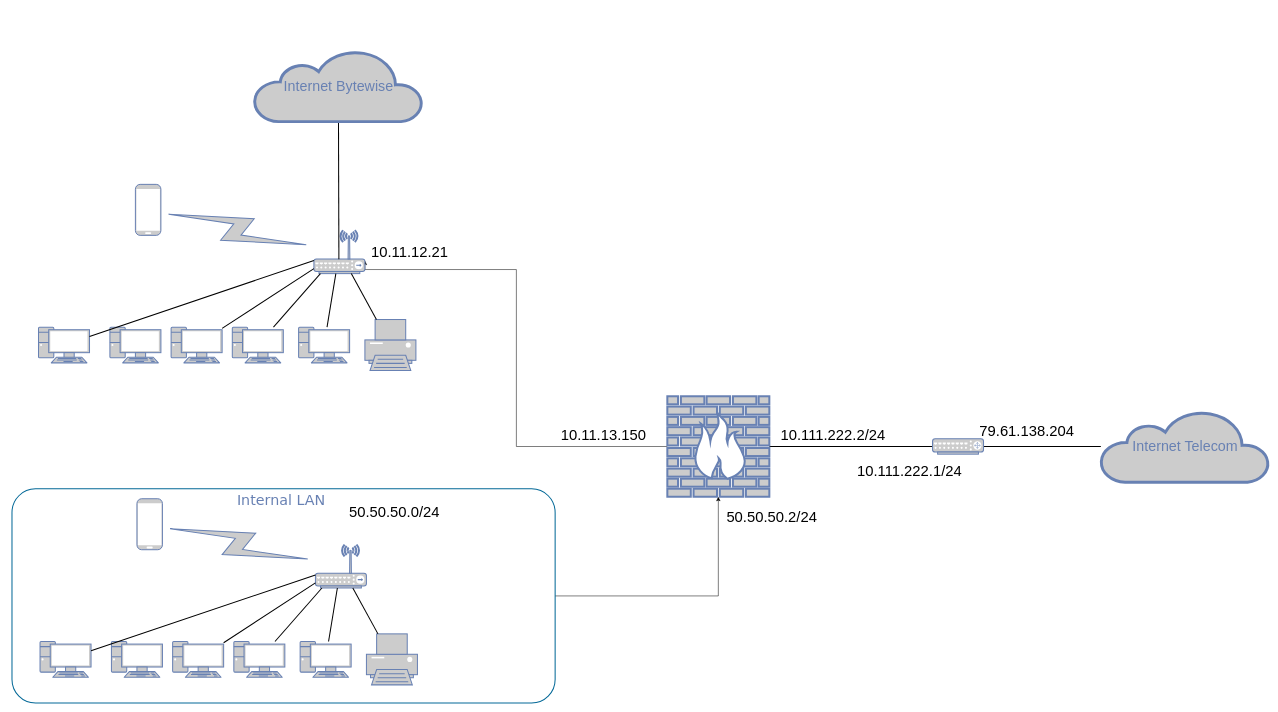
The draw.io diagram NetworkDiagram.drawio in filippovisconti/tirocinio, before the edit. Source tidied: cells renumbered, new cells numbered last; positions are measured from the earlier drawing's top-left corner, leaving out a move shared by most shapes. Both pictures are drawn from the tidied source at 51%, with x=0, y=0 at pixel (12, 50).
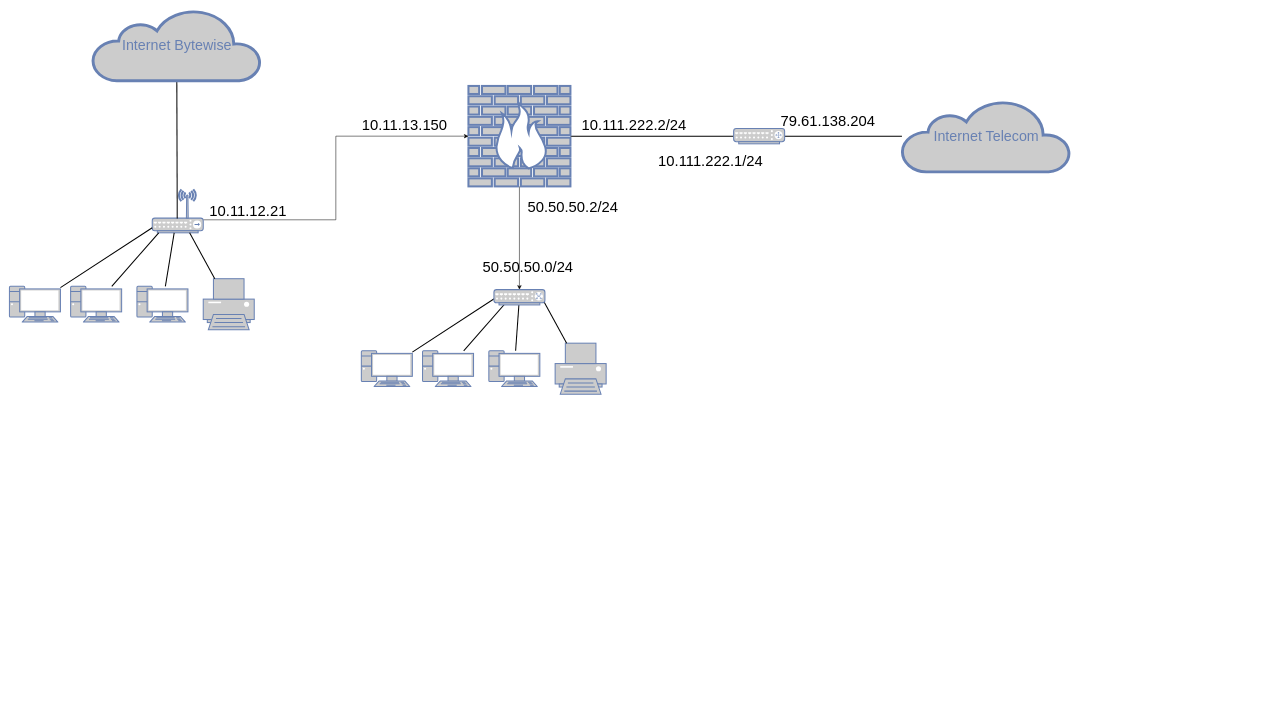
The same page after the edit.

What changed in the source:
```diff
@@
-    <mxCell id="2" style="edgeStyle=orthogonalEdgeStyle;rounded=0;jettySize=auto;html=1;exitX=1;exitY=0.5;exitDx=0;exitDy=0;entryX=0.5;entryY=1;entryDx=0;entryDy=0;entryPerimeter=0;" parent="1" edge="1" source="3" target="6">
-      <mxGeometry relative="1" as="geometry" />
-    </mxCell>
-    <mxCell id="3" value="Internal LAN&amp;nbsp;" style="rounded=1;whiteSpace=wrap;html=1;shadow=0;comic=0;strokeColor=#036897;strokeWidth=2;fillColor=none;fontFamily=Verdana;fontSize=28;fontColor=#6881B3;align=center;arcSize=11;verticalAlign=top;" parent="1" vertex="1">
-      <mxGeometry y="860" width="1065" height="420" as="geometry" />
-    </mxCell>
@@
-    <mxCell id="5" style="edgeStyle=orthogonalEdgeStyle;rounded=0;jettySize=auto;html=1;entryX=1;entryY=0.7;entryDx=0;entryDy=0;entryPerimeter=0;fontSize=29;" parent="1" edge="1" source="6" target="13">
-      <mxGeometry relative="1" as="geometry">
-        <Array as="points">
-          <mxPoint x="989" y="777" />
-          <mxPoint x="989" y="430" />
-          <mxPoint x="692" y="430" />
-        </Array>
-      </mxGeometry>
-    </mxCell>
+    <mxCell id="47" style="edgeStyle=orthogonalEdgeStyle;rounded=0;jettySize=auto;html=1;entryX=0.5;entryY=0;entryDx=0;entryDy=0;entryPerimeter=0;" parent="1" edge="1" source="6" target="49">
+      <mxGeometry relative="1" as="geometry" />
+    </mxCell>
     <mxCell id="6" style="fontColor=#0066CC;verticalAlign=top;verticalLabelPosition=bottom;labelPosition=center;align=center;html=1;fillColor=#CCCCCC;strokeColor=#6881B3;gradientColor=none;gradientDirection=north;strokeWidth=2;shape=mxgraph.networks.firewall;rounded=0;shadow=0;comic=0;" parent="1" vertex="1">
-      <mxGeometry x="1285" y="678.5" width="200" height="197" as="geometry" />
+      <mxGeometry x="895" y="70" width="200" height="197" as="geometry" />
     </mxCell>
-    <mxCell id="7" style="fontColor=#0066CC;verticalAlign=top;verticalLabelPosition=bottom;labelPosition=center;align=center;html=1;fillColor=#CCCCCC;strokeColor=#6881B3;gradientColor=none;gradientDirection=north;strokeWidth=2;shape=mxgraph.networks.pc;rounded=0;shadow=0;comic=0;" parent="1" vertex="1">
-      <mxGeometry x="52" y="543" width="100" height="70" as="geometry" />
-    </mxCell>
-    <mxCell id="8" style="fontColor=#0066CC;verticalAlign=top;verticalLabelPosition=bottom;labelPosition=center;align=center;html=1;fillColor=#CCCCCC;strokeColor=#6881B3;gradientColor=none;gradientDirection=north;strokeWidth=2;shape=mxgraph.networks.pc;rounded=0;shadow=0;comic=0;" parent="1" vertex="1">
-      <mxGeometry x="192" y="543" width="100" height="70" as="geometry" />
-    </mxCell>
     <mxCell id="9" style="fontColor=#0066CC;verticalAlign=top;verticalLabelPosition=bottom;labelPosition=center;align=center;html=1;fillColor=#CCCCCC;strokeColor=#6881B3;gradientColor=none;gradientDirection=north;strokeWidth=2;shape=mxgraph.networks.pc;rounded=0;shadow=0;comic=0;" parent="1" vertex="1">
-      <mxGeometry x="312" y="543" width="100" height="70" as="geometry" />
+      <mxGeometry x="-5" y="463" width="100" height="70" as="geometry" />
     </mxCell>
     <mxCell id="10" style="fontColor=#0066CC;verticalAlign=top;verticalLabelPosition=bottom;labelPosition=center;align=center;html=1;fillColor=#CCCCCC;strokeColor=#6881B3;gradientColor=none;gradientDirection=north;strokeWidth=2;shape=mxgraph.networks.pc;rounded=0;shadow=0;comic=0;" parent="1" vertex="1">
-      <mxGeometry x="432" y="543" width="100" height="70" as="geometry" />
+      <mxGeometry x="115" y="463" width="100" height="70" as="geometry" />
     </mxCell>
     <mxCell id="11" style="fontColor=#0066CC;verticalAlign=top;verticalLabelPosition=bottom;labelPosition=center;align=center;html=1;fillColor=#CCCCCC;strokeColor=#6881B3;gradientColor=none;gradientDirection=north;strokeWidth=2;shape=mxgraph.networks.pc;rounded=0;shadow=0;comic=0;" parent="1" vertex="1">
-      <mxGeometry x="562" y="543" width="100" height="70" as="geometry" />
+      <mxGeometry x="245" y="463" width="100" height="70" as="geometry" />
     </mxCell>
     <mxCell id="12" style="fontColor=#0066CC;verticalAlign=top;verticalLabelPosition=bottom;labelPosition=center;align=center;html=1;fillColor=#CCCCCC;strokeColor=#6881B3;gradientColor=none;gradientDirection=north;strokeWidth=2;shape=mxgraph.networks.printer;rounded=0;shadow=0;comic=0;" parent="1" vertex="1">
-      <mxGeometry x="692" y="528" width="100" height="100" as="geometry" />
+      <mxGeometry x="375" y="448" width="100" height="100" as="geometry" />
     </mxCell>
+    <mxCell id="48" style="edgeStyle=orthogonalEdgeStyle;rounded=0;jettySize=auto;html=1;exitX=1;exitY=0.7;exitDx=0;exitDy=0;exitPerimeter=0;entryX=0;entryY=0.5;entryDx=0;entryDy=0;entryPerimeter=0;" parent="1" edge="1" source="13" target="6">
+      <mxGeometry relative="1" as="geometry" />
+    </mxCell>
     <mxCell id="13" style="fontColor=#0066CC;verticalAlign=top;verticalLabelPosition=bottom;labelPosition=center;align=center;html=1;fillColor=#CCCCCC;strokeColor=#6881B3;gradientColor=none;gradientDirection=north;strokeWidth=2;shape=mxgraph.networks.wireless_hub;rounded=0;shadow=0;comic=0;" parent="1" vertex="1">
-      <mxGeometry x="592" y="353" width="100" height="85" as="geometry" />
+      <mxGeometry x="275" y="273" width="100" height="85" as="geometry" />
     </mxCell>
-    <mxCell id="14" style="edgeStyle=none;html=1;labelBackgroundColor=none;endArrow=none;endFill=0;strokeWidth=2;fontFamily=Verdana;fontSize=15;fontColor=#036897;" parent="1" edge="1" source="7" target="13">
-      <mxGeometry relative="1" as="geometry" />
-    </mxCell>
@@
-    <mxCell id="19" style="html=1;fillColor=#CCCCCC;strokeColor=#6881B3;gradientColor=none;gradientDirection=north;strokeWidth=2;shape=mxgraph.networks.comm_link_edge;html=1;labelBackgroundColor=none;endArrow=none;endFill=0;fontFamily=Verdana;fontSize=20;" parent="1" edge="1" source="13" target="20">
-      <mxGeometry relative="1" as="geometry" />
-    </mxCell>
-    <mxCell id="20" style="fontColor=#0066CC;verticalAlign=top;verticalLabelPosition=bottom;labelPosition=center;align=center;html=1;fillColor=#CCCCCC;strokeColor=#6881B3;gradientColor=none;gradientDirection=north;strokeWidth=2;shape=mxgraph.networks.mobile;rounded=0;shadow=0;comic=0;" parent="1" vertex="1">
-      <mxGeometry x="242" y="263" width="50" height="100" as="geometry" />
-    </mxCell>
-    <mxCell id="21" style="fontColor=#0066CC;verticalAlign=top;verticalLabelPosition=bottom;labelPosition=center;align=center;html=1;fillColor=#CCCCCC;strokeColor=#6881B3;gradientColor=none;gradientDirection=north;strokeWidth=2;shape=mxgraph.networks.pc;rounded=0;shadow=0;comic=0;" parent="1" vertex="1">
-      <mxGeometry x="55" y="1159.4" width="100" height="70" as="geometry" />
-    </mxCell>
-    <mxCell id="22" style="fontColor=#0066CC;verticalAlign=top;verticalLabelPosition=bottom;labelPosition=center;align=center;html=1;fillColor=#CCCCCC;strokeColor=#6881B3;gradientColor=none;gradientDirection=north;strokeWidth=2;shape=mxgraph.networks.pc;rounded=0;shadow=0;comic=0;" parent="1" vertex="1">
-      <mxGeometry x="195" y="1159.4" width="100" height="70" as="geometry" />
-    </mxCell>
     <mxCell id="23" style="fontColor=#0066CC;verticalAlign=top;verticalLabelPosition=bottom;labelPosition=center;align=center;html=1;fillColor=#CCCCCC;strokeColor=#6881B3;gradientColor=none;gradientDirection=north;strokeWidth=2;shape=mxgraph.networks.pc;rounded=0;shadow=0;comic=0;" parent="1" vertex="1">
-      <mxGeometry x="315" y="1159.4" width="100" height="70" as="geometry" />
+      <mxGeometry x="685" y="589.4" width="100" height="70" as="geometry" />
     </mxCell>
     <mxCell id="24" style="fontColor=#0066CC;verticalAlign=top;verticalLabelPosition=bottom;labelPosition=center;align=center;html=1;fillColor=#CCCCCC;strokeColor=#6881B3;gradientColor=none;gradientDirection=north;strokeWidth=2;shape=mxgraph.networks.pc;rounded=0;shadow=0;comic=0;" parent="1" vertex="1">
-      <mxGeometry x="435" y="1159.4" width="100" height="70" as="geometry" />
+      <mxGeometry x="805" y="589.4" width="100" height="70" as="geometry" />
     </mxCell>
     <mxCell id="25" style="fontColor=#0066CC;verticalAlign=top;verticalLabelPosition=bottom;labelPosition=center;align=center;html=1;fillColor=#CCCCCC;strokeColor=#6881B3;gradientColor=none;gradientDirection=north;strokeWidth=2;shape=mxgraph.networks.pc;rounded=0;shadow=0;comic=0;" parent="1" vertex="1">
-      <mxGeometry x="565" y="1159.4" width="100" height="70" as="geometry" />
+      <mxGeometry x="935" y="589.4" width="100" height="70" as="geometry" />
     </mxCell>
     <mxCell id="26" style="fontColor=#0066CC;verticalAlign=top;verticalLabelPosition=bottom;labelPosition=center;align=center;html=1;fillColor=#CCCCCC;strokeColor=#6881B3;gradientColor=none;gradientDirection=north;strokeWidth=2;shape=mxgraph.networks.printer;rounded=0;shadow=0;comic=0;" parent="1" vertex="1">
-      <mxGeometry x="695" y="1144.4" width="100" height="100" as="geometry" />
+      <mxGeometry x="1065" y="574.4" width="100" height="100" as="geometry" />
     </mxCell>
-    <mxCell id="27" style="fontColor=#0066CC;verticalAlign=top;verticalLabelPosition=bottom;labelPosition=center;align=center;html=1;fillColor=#CCCCCC;strokeColor=#6881B3;gradientColor=none;gradientDirection=north;strokeWidth=2;shape=mxgraph.networks.wireless_hub;rounded=0;shadow=0;comic=0;" parent="1" vertex="1">
-      <mxGeometry x="595" y="969.4" width="100" height="85" as="geometry" />
-    </mxCell>
-    <mxCell id="28" style="edgeStyle=none;html=1;labelBackgroundColor=none;endArrow=none;endFill=0;strokeWidth=2;fontFamily=Verdana;fontSize=15;fontColor=#036897;" parent="1" edge="1" source="21" target="27">
-      <mxGeometry relative="1" as="geometry" />
-    </mxCell>
-    <mxCell id="29" style="edgeStyle=none;html=1;labelBackgroundColor=none;endArrow=none;endFill=0;strokeWidth=2;fontFamily=Verdana;fontSize=15;fontColor=#036897;" parent="1" edge="1" source="23" target="27">
-      <mxGeometry relative="1" as="geometry" />
+    <mxCell id="29" style="edgeStyle=none;html=1;labelBackgroundColor=none;endArrow=none;endFill=0;strokeWidth=2;fontFamily=Verdana;fontSize=15;fontColor=#036897;" parent="1" edge="1" source="23">
+      <mxGeometry relative="1" as="geometry">
+        <mxPoint x="965" y="474.5" as="targetPoint" />
+      </mxGeometry>
     </mxCell>
-    <mxCell id="30" style="edgeStyle=none;html=1;labelBackgroundColor=none;endArrow=none;endFill=0;strokeWidth=2;fontFamily=Verdana;fontSize=15;fontColor=#036897;" parent="1" edge="1" source="24" target="27">
-      <mxGeometry relative="1" as="geometry" />
+    <mxCell id="30" style="edgeStyle=none;html=1;labelBackgroundColor=none;endArrow=none;endFill=0;strokeWidth=2;fontFamily=Verdana;fontSize=15;fontColor=#036897;" parent="1" edge="1" source="24">
+      <mxGeometry relative="1" as="geometry">
+        <mxPoint x="977.7" y="484.4" as="targetPoint" />
+      </mxGeometry>
     </mxCell>
-    <mxCell id="31" style="edgeStyle=none;html=1;labelBackgroundColor=none;endArrow=none;endFill=0;strokeWidth=2;fontFamily=Verdana;fontSize=15;fontColor=#036897;" parent="1" edge="1" source="25" target="27">
+    <mxCell id="31" style="edgeStyle=none;html=1;labelBackgroundColor=none;endArrow=none;endFill=0;strokeWidth=2;fontFamily=Verdana;fontSize=15;fontColor=#036897;" parent="1" edge="1" source="25" target="49">
       <mxGeometry relative="1" as="geometry" />
     </mxCell>
-    <mxCell id="32" style="edgeStyle=none;html=1;labelBackgroundColor=none;endArrow=none;endFill=0;strokeWidth=2;fontFamily=Verdana;fontSize=15;fontColor=#036897;" parent="1" edge="1" source="26" target="27">
-      <mxGeometry relative="1" as="geometry" />
+    <mxCell id="32" style="edgeStyle=none;html=1;labelBackgroundColor=none;endArrow=none;endFill=0;strokeWidth=2;fontFamily=Verdana;fontSize=15;fontColor=#036897;" parent="1" edge="1" source="26">
+      <mxGeometry relative="1" as="geometry">
+        <mxPoint x="1038.3" y="484.4" as="targetPoint" />
+      </mxGeometry>
     </mxCell>
-    <mxCell id="33" style="html=1;fillColor=#CCCCCC;strokeColor=#6881B3;gradientColor=none;gradientDirection=north;strokeWidth=2;shape=mxgraph.networks.comm_link_edge;html=1;labelBackgroundColor=none;endArrow=none;endFill=0;fontFamily=Verdana;fontSize=20;" parent="1" edge="1" source="27" target="34">
-      <mxGeometry relative="1" as="geometry" />
-    </mxCell>
-    <mxCell id="34" style="fontColor=#0066CC;verticalAlign=top;verticalLabelPosition=bottom;labelPosition=center;align=center;html=1;fillColor=#CCCCCC;strokeColor=#6881B3;gradientColor=none;gradientDirection=north;strokeWidth=2;shape=mxgraph.networks.mobile;rounded=0;shadow=0;comic=0;" parent="1" vertex="1">
-      <mxGeometry x="245" y="879.4" width="50" height="100" as="geometry" />
-    </mxCell>
     <mxCell id="35" value="Internet Telecom" style="html=1;fillColor=#CCCCCC;strokeColor=#6881B3;gradientColor=none;gradientDirection=north;strokeWidth=2;shape=mxgraph.networks.cloud;fontColor=#6881B3;rounded=0;shadow=0;comic=0;align=center;fontSize=28;" parent="1" vertex="1">
-      <mxGeometry x="2135" y="707" width="330" height="140" as="geometry" />
+      <mxGeometry x="1745" y="98.5" width="330" height="140" as="geometry" />
     </mxCell>
@@
     <mxCell id="38" style="fontColor=#0066CC;verticalAlign=top;verticalLabelPosition=bottom;labelPosition=center;align=center;html=1;fillColor=#CCCCCC;strokeColor=#6881B3;gradientColor=none;gradientDirection=north;strokeWidth=2;shape=mxgraph.networks.router;rounded=0;shadow=0;comic=0;" parent="1" vertex="1">
-      <mxGeometry x="1805" y="762" width="100" height="30" as="geometry" />
+      <mxGeometry x="1415" y="153.5" width="100" height="30" as="geometry" />
     </mxCell>
     <mxCell id="39" value="Internet Bytewise" style="html=1;fillColor=#CCCCCC;strokeColor=#6881B3;gradientColor=none;gradientDirection=north;strokeWidth=2;shape=mxgraph.networks.cloud;fontColor=#6881B3;rounded=0;shadow=0;comic=0;align=center;fontSize=28;" parent="1" vertex="1">
-      <mxGeometry x="475" width="330" height="140" as="geometry" />
+      <mxGeometry x="158" y="-80" width="330" height="140" as="geometry" />
     </mxCell>
     <mxCell id="40" value="&lt;font style=&quot;font-size: 29px&quot;&gt;79.61.138.204&lt;/font&gt;" style="text;html=1;strokeColor=none;fillColor=none;align=center;verticalAlign=middle;whiteSpace=wrap;rounded=0;" parent="1" vertex="1">
-      <mxGeometry x="1865" y="732" width="250" height="30" as="geometry" />
+      <mxGeometry x="1475" y="123.5" width="250" height="30" as="geometry" />
     </mxCell>
     <mxCell id="41" value="&lt;font style=&quot;font-size: 29px&quot;&gt;10.111.222.2/24&lt;/font&gt;" style="text;html=1;strokeColor=none;fillColor=none;align=center;verticalAlign=middle;whiteSpace=wrap;rounded=0;" parent="1" vertex="1">
-      <mxGeometry x="1485" y="740" width="250" height="30" as="geometry" />
+      <mxGeometry x="1095" y="131.5" width="250" height="30" as="geometry" />
     </mxCell>
     <mxCell id="42" value="&lt;font style=&quot;font-size: 29px&quot;&gt;10.111.222.1/24&lt;/font&gt;" style="text;html=1;strokeColor=none;fillColor=none;align=center;verticalAlign=middle;whiteSpace=wrap;rounded=0;" parent="1" vertex="1">
-      <mxGeometry x="1635" y="810" width="250" height="30" as="geometry" />
+      <mxGeometry x="1245" y="201.5" width="250" height="30" as="geometry" />
     </mxCell>
     <mxCell id="43" value="&lt;font style=&quot;font-size: 29px&quot;&gt;10.11.13.150&lt;/font&gt;" style="text;html=1;strokeColor=none;fillColor=none;align=center;verticalAlign=middle;whiteSpace=wrap;rounded=0;" parent="1" vertex="1">
-      <mxGeometry x="1035" y="740" width="250" height="30" as="geometry" />
+      <mxGeometry x="645" y="131.5" width="250" height="30" as="geometry" />
     </mxCell>
     <mxCell id="44" value="&lt;font style=&quot;font-size: 29px&quot;&gt;10.11.12.21&lt;/font&gt;" style="text;html=1;strokeColor=none;fillColor=none;align=center;verticalAlign=middle;whiteSpace=wrap;rounded=0;" parent="1" vertex="1">
-      <mxGeometry x="655" y="380.5" width="250" height="30" as="geometry" />
+      <mxGeometry x="338" y="300.5" width="250" height="30" as="geometry" />
     </mxCell>
     <mxCell id="45" value="&lt;span style=&quot;font-size: 29px&quot;&gt;50.50.50.2/24&lt;/span&gt;" style="text;html=1;strokeColor=none;fillColor=none;align=center;verticalAlign=middle;whiteSpace=wrap;rounded=0;" parent="1" vertex="1">
-      <mxGeometry x="1365" y="900" width="250" height="30" as="geometry" />
+      <mxGeometry x="975" y="291.5" width="250" height="30" as="geometry" />
     </mxCell>
     <mxCell id="46" value="&lt;span style=&quot;font-size: 29px&quot;&gt;50.50.50.0/24&lt;/span&gt;" style="text;html=1;strokeColor=none;fillColor=none;align=center;verticalAlign=middle;whiteSpace=wrap;rounded=0;" parent="1" vertex="1">
-      <mxGeometry x="625" y="890" width="250" height="30" as="geometry" />
+      <mxGeometry x="887" y="410" width="250" height="30" as="geometry" />
     </mxCell>
+    <mxCell id="49" style="fontColor=#0066CC;verticalAlign=top;verticalLabelPosition=bottom;labelPosition=center;align=center;html=1;outlineConnect=0;fillColor=#CCCCCC;strokeColor=#6881B3;gradientColor=none;gradientDirection=north;strokeWidth=2;shape=mxgraph.networks.switch;" parent="1" vertex="1">
+      <mxGeometry x="945" y="469.4" width="100" height="30" as="geometry" />
+    </mxCell>
```
